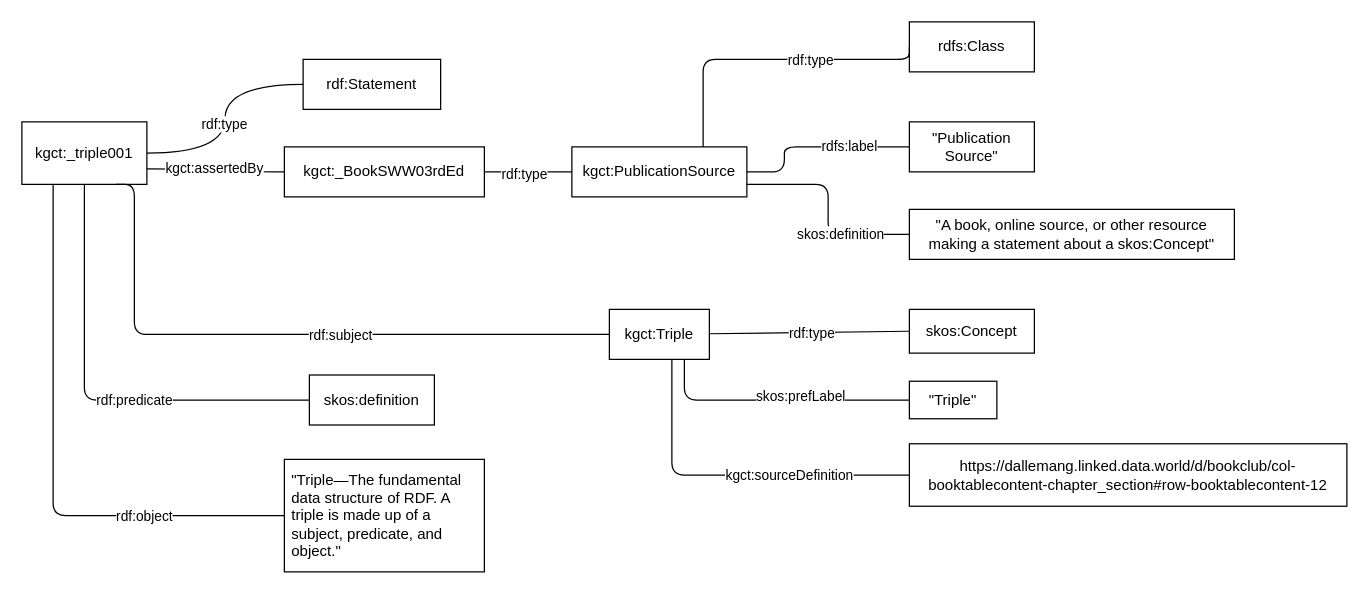
The draw.io diagram KGCT Ontology drawio.drawio in GlennClatworthy/kgct, before the edit. Source tidied: cells renumbered, new cells numbered last; positions are measured from the earlier drawing's top-left corner, leaving out a move shared by most shapes. Both pictures are drawn from the tidied source at 125%, with x=0, y=0 at pixel (21, 21).
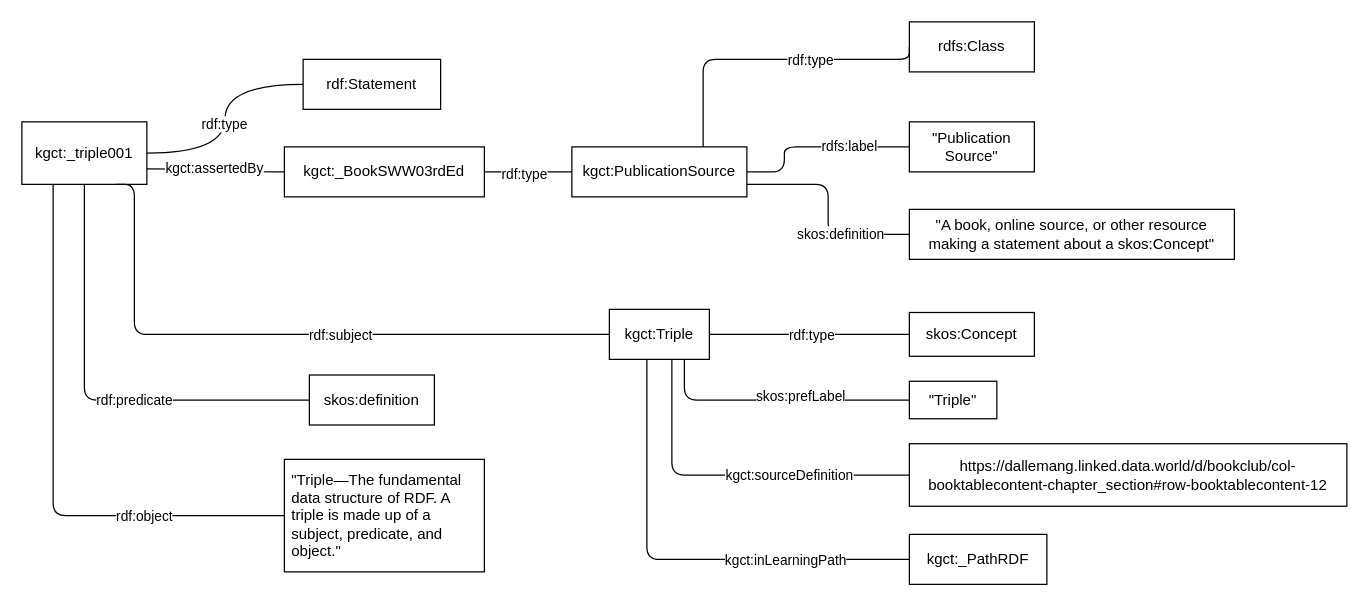
After the change.

Commit message (it also covers changes not shown here):
Added learning path to diagram

Unchanged cells that the change refers to:
```xml
<mxCell id="2" value="kgct:Triple" style="rounded=0;whiteSpace=wrap;html=1;" parent="1" vertex="1">
  <mxGeometry x="470" y="230" width="80" height="40" as="geometry" />
</mxCell>
```

The edit, as a diff of the source:
```diff
@@
     <mxCell id="3" value="skos:Concept" style="rounded=0;whiteSpace=wrap;html=1;" parent="1" vertex="1">
-      <mxGeometry x="710" y="230" width="100" height="35" as="geometry" />
+      <mxGeometry x="710" y="232.5" width="100" height="35" as="geometry" />
     </mxCell>
@@
+    <mxCell id="43" value="kgct:_PathRDF" style="rounded=0;whiteSpace=wrap;html=1;align=center;" parent="1" vertex="1">
+      <mxGeometry x="710" y="410" width="110" height="40" as="geometry" />
+    </mxCell>
+    <mxCell id="44" style="endArrow=none;html=1;entryX=0;entryY=0.5;entryDx=0;entryDy=0;edgeStyle=elbowEdgeStyle;" parent="1" edge="1" source="2" target="43">
+      <mxGeometry relative="1" as="geometry">
+        <Array as="points">
+          <mxPoint x="500" y="340" />
+        </Array>
+      </mxGeometry>
+    </mxCell>
+    <mxCell id="45" value="kgct:inLearningPath" style="edgeLabel;html=1;align=center;verticalAlign=middle;" parent="1" vertex="1">
+      <mxGeometry x="610" y="430" as="geometry" />
+    </mxCell>
```
